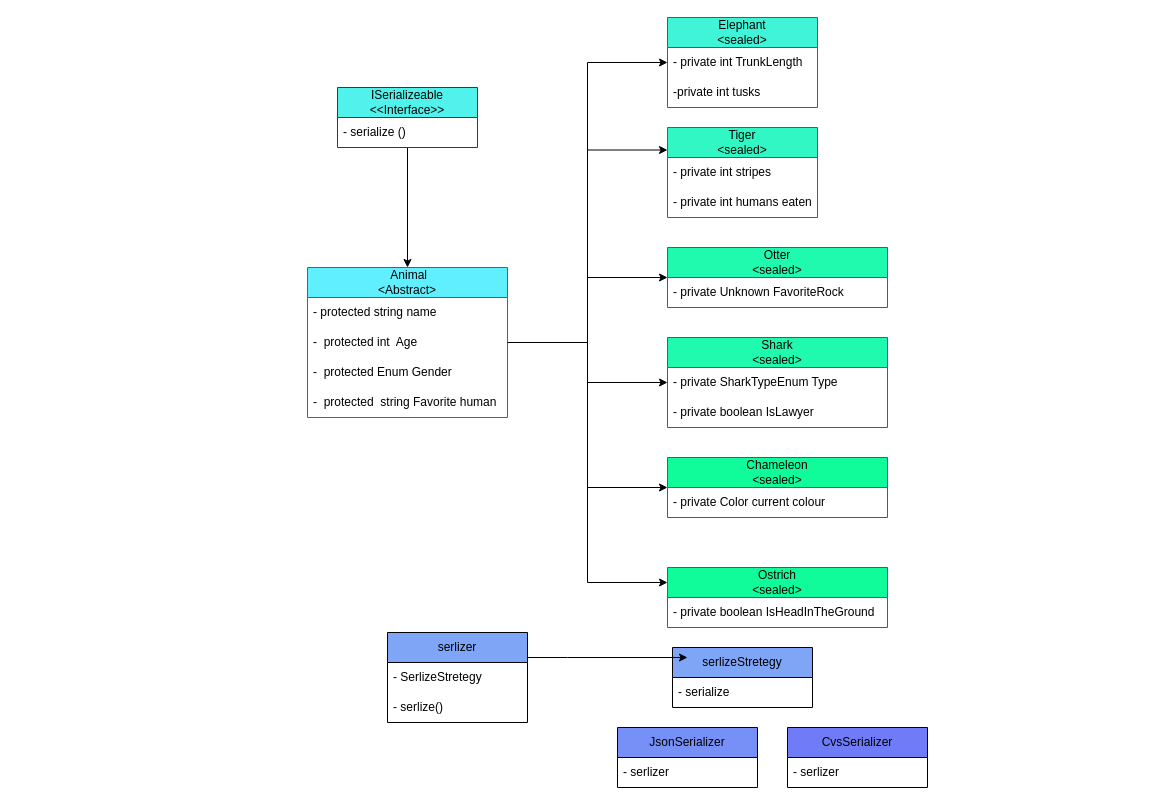
Above: zoo(1).drawio in Aboov/zooProject (draw.io), before the change. Source tidied: cells renumbered, new cells numbered last; positions are measured from the earlier drawing's top-left corner, leaving out a move shared by most shapes. Both pictures are drawn from the tidied source at 100%, with x=0, y=0 at pixel (307, 17).
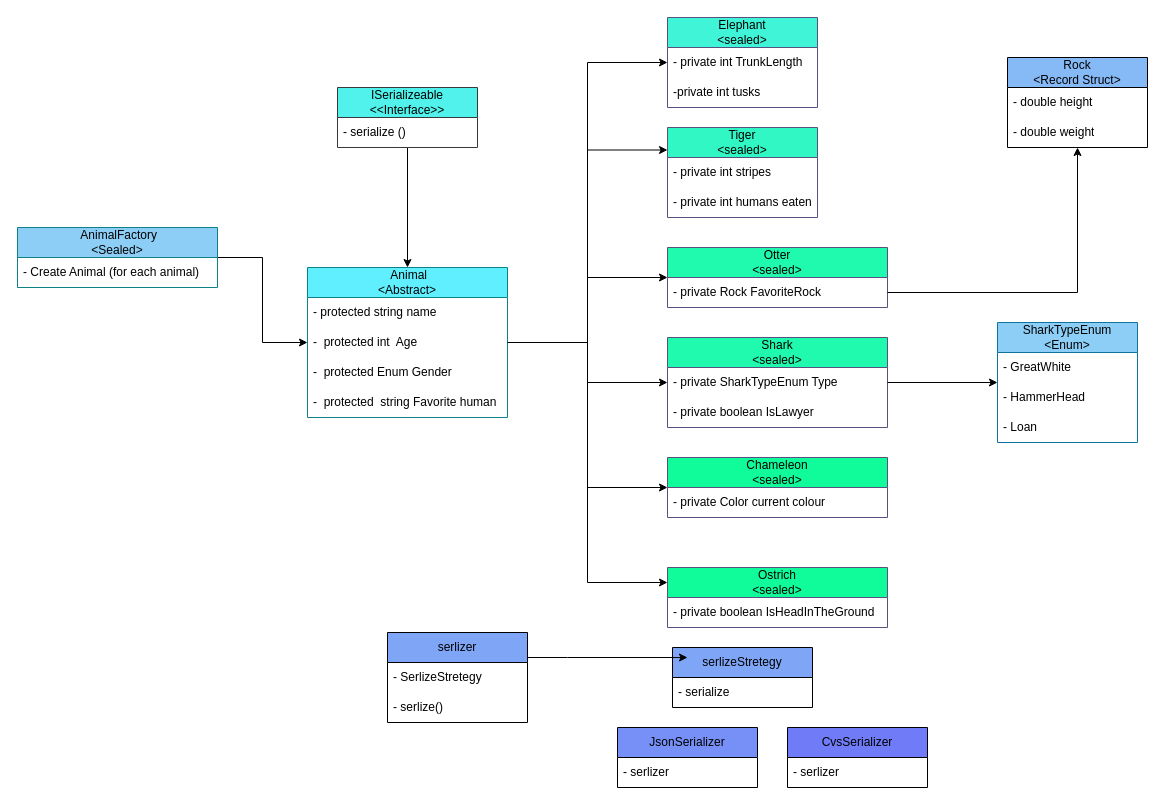
After the change.

Unchanged cells that the change refers to:
```xml
<mxCell id="7" value="&amp;nbsp;Animal&lt;br&gt;&amp;lt;Abstract&amp;gt;" style="swimlane;fontStyle=0;horizontal=1;startSize=30;whiteSpace=wrap;html=1;fillColor=#60EFFF;strokeColor=#0e8088;gradientColor=none;" parent="1" vertex="1">
  <mxGeometry y="250" width="200" height="150" as="geometry" />
</mxCell>
<mxCell id="21" value="Otter&lt;br&gt;&amp;lt;sealed&amp;gt;" style="swimlane;fontStyle=0;horizontal=1;startSize=30;whiteSpace=wrap;html=1;fillColor=#20FAAF;swimlaneFillColor=none;strokeColor=#56517e;gradientColor=none;" parent="1" vertex="1">
  <mxGeometry x="360" y="230" width="220" height="60" as="geometry" />
</mxCell>
<mxCell id="24" value="&lt;div&gt;- private SharkTypeEnum Type&lt;/div&gt;" style="text;strokeColor=none;fillColor=none;align=left;verticalAlign=middle;spacingLeft=4;spacingRight=4;overflow=hidden;points=[[0,0.5],[1,0.5]];portConstraint=eastwest;whiteSpace=wrap;html=1;" parent="23" vertex="1">
  <mxGeometry y="30" width="220" height="30" as="geometry" />
</mxCell>
```

Diff of the diagram source:
```diff
@@
-    <mxCell id="22" value="- private Unknown FavoriteRock" style="text;strokeColor=none;fillColor=none;align=left;verticalAlign=middle;spacingLeft=4;spacingRight=4;overflow=hidden;points=[[0,0.5],[1,0.5]];portConstraint=eastwest;whiteSpace=wrap;html=1;" parent="21" vertex="1">
+    <mxCell id="22" value="- private Rock FavoriteRock" style="text;strokeColor=none;fillColor=none;align=left;verticalAlign=middle;spacingLeft=4;spacingRight=4;overflow=hidden;points=[[0,0.5],[1,0.5]];portConstraint=eastwest;whiteSpace=wrap;html=1;" parent="21" vertex="1">
       <mxGeometry y="30" width="220" height="30" as="geometry" />
     </mxCell>
@@
+    <mxCell id="41" style="edgeStyle=orthogonalEdgeStyle;rounded=0;jettySize=auto;html=1;" parent="1" edge="1" source="42" target="7">
+      <mxGeometry relative="1" as="geometry" />
+    </mxCell>
+    <mxCell id="42" value="&amp;nbsp;AnimalFactory&lt;br&gt;&lt;div&gt;&amp;lt;Sealed&amp;gt;&lt;/div&gt;" style="swimlane;fontStyle=0;horizontal=1;startSize=30;whiteSpace=wrap;html=1;fillColor=#8CCEF5;strokeColor=#0e8088;gradientColor=none;" parent="1" vertex="1">
+      <mxGeometry x="-290" y="210" width="200" height="60" as="geometry" />
+    </mxCell>
+    <mxCell id="43" value="- Create Animal (for each animal)" style="text;strokeColor=none;fillColor=none;align=left;verticalAlign=middle;spacingLeft=4;spacingRight=4;overflow=hidden;whiteSpace=wrap;html=1;" parent="42" vertex="1">
+      <mxGeometry y="30" width="200" height="30" as="geometry" />
+    </mxCell>
+    <mxCell id="44" value="SharkTypeEnum&lt;br&gt;&amp;lt;Enum&amp;gt;" style="swimlane;fontStyle=0;horizontal=1;startSize=30;whiteSpace=wrap;html=1;fillColor=#8CCEF5;strokeColor=#10739e;" parent="1" vertex="1">
+      <mxGeometry x="690" y="305" width="140" height="120" as="geometry" />
+    </mxCell>
+    <mxCell id="45" value="- GreatWhite" style="text;strokeColor=none;fillColor=none;align=left;verticalAlign=middle;spacingLeft=4;spacingRight=4;overflow=hidden;whiteSpace=wrap;html=1;" parent="44" vertex="1">
+      <mxGeometry y="30" width="140" height="30" as="geometry" />
+    </mxCell>
+    <mxCell id="46" value="- HammerHead" style="text;strokeColor=none;fillColor=none;align=left;verticalAlign=middle;spacingLeft=4;spacingRight=4;overflow=hidden;whiteSpace=wrap;html=1;" parent="44" vertex="1">
+      <mxGeometry y="60" width="140" height="30" as="geometry" />
+    </mxCell>
+    <mxCell id="47" value="- Loan" style="text;strokeColor=none;fillColor=none;align=left;verticalAlign=middle;spacingLeft=4;spacingRight=4;overflow=hidden;whiteSpace=wrap;html=1;" parent="44" vertex="1">
+      <mxGeometry y="90" width="140" height="30" as="geometry" />
+    </mxCell>
+    <mxCell id="48" style="edgeStyle=orthogonalEdgeStyle;rounded=0;jettySize=auto;html=1;" parent="1" edge="1" source="24" target="44">
+      <mxGeometry relative="1" as="geometry" />
+    </mxCell>
+    <mxCell id="49" value="&lt;div&gt;Rock&lt;/div&gt;&amp;lt;Record Struct&amp;gt;" style="swimlane;fontStyle=0;horizontal=1;startSize=30;whiteSpace=wrap;html=1;fillColor=#85BAF6;" parent="1" vertex="1">
+      <mxGeometry x="700" y="40" width="140" height="90" as="geometry" />
+    </mxCell>
+    <mxCell id="50" value="- double height&amp;nbsp;" style="text;strokeColor=none;fillColor=none;align=left;verticalAlign=middle;spacingLeft=4;spacingRight=4;overflow=hidden;whiteSpace=wrap;html=1;" parent="49" vertex="1">
+      <mxGeometry y="30" width="140" height="30" as="geometry" />
+    </mxCell>
+    <mxCell id="51" value="- double weight" style="text;strokeColor=none;fillColor=none;align=left;verticalAlign=middle;spacingLeft=4;spacingRight=4;overflow=hidden;whiteSpace=wrap;html=1;" parent="49" vertex="1">
+      <mxGeometry y="60" width="140" height="30" as="geometry" />
+    </mxCell>
+    <mxCell id="52" style="edgeStyle=orthogonalEdgeStyle;rounded=0;jettySize=auto;html=1;" parent="1" edge="1" source="22" target="49">
+      <mxGeometry relative="1" as="geometry" />
+    </mxCell>
```
